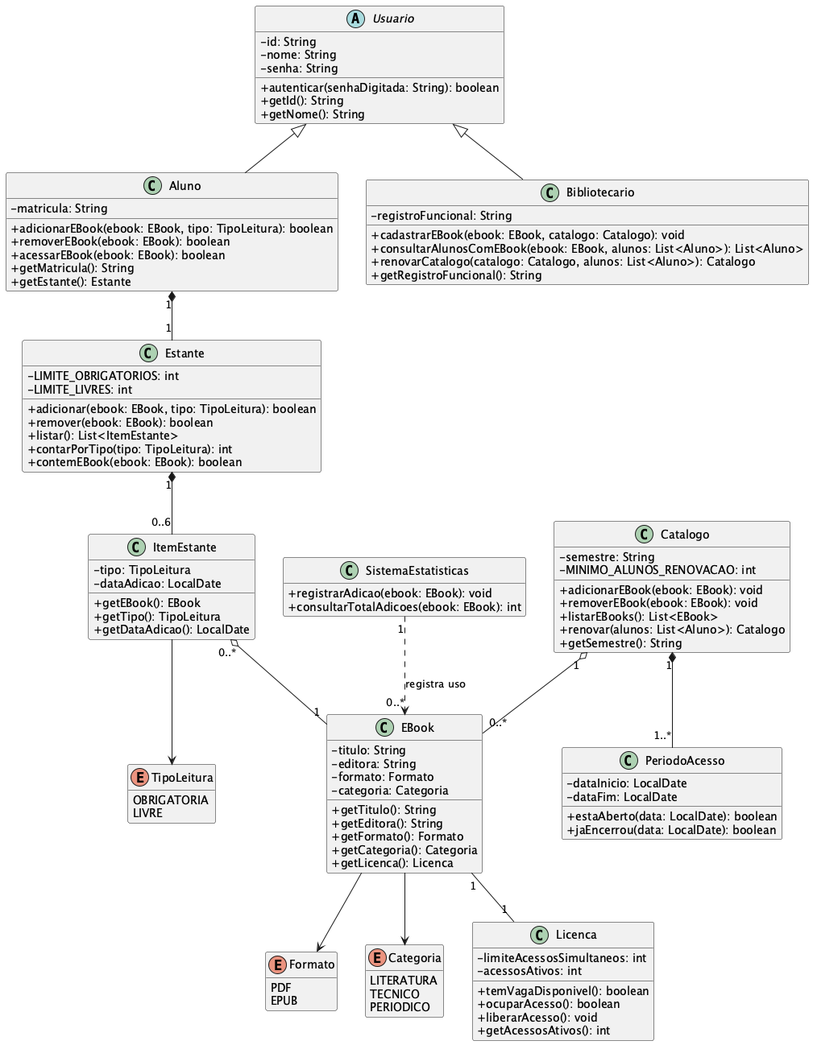
fillmello/lab01-ebooks-biblioteca keeps this PlantUML diagram as docs/diagramas/DiagramaClassesPuml.png. Above is the earlier version. Its diagram source:
```plantuml
@startuml diagrama_de_classes_ebooks
skinparam classAttributeIconSize 0
hide empty members

abstract class Usuario {
  -id: String
  -nome: String
  -senha: String
  +autenticar(senhaDigitada: String): boolean
  +getId(): String
  +getNome(): String
}

class Aluno {
  -matricula: String
  +adicionarEBook(ebook: EBook, tipo: TipoLeitura): boolean
  +removerEBook(ebook: EBook): boolean
  +acessarEBook(ebook: EBook): boolean
  +getMatricula(): String
  +getEstante(): Estante
}

class Bibliotecario {
  -registroFuncional: String
  +cadastrarEBook(ebook: EBook, catalogo: Catalogo): void
  +consultarAlunosComEBook(ebook: EBook, alunos: List<Aluno>): List<Aluno>
  +renovarCatalogo(catalogo: Catalogo, alunos: List<Aluno>): Catalogo
  +getRegistroFuncional(): String
}

class Estante {
  -LIMITE_OBRIGATORIOS: int
  -LIMITE_LIVRES: int
  +adicionar(ebook: EBook, tipo: TipoLeitura): boolean
  +remover(ebook: EBook): boolean
  +listar(): List<ItemEstante>
  +contarPorTipo(tipo: TipoLeitura): int
  +contemEBook(ebook: EBook): boolean
}

class ItemEstante {
  -tipo: TipoLeitura
  -dataAdicao: LocalDate
  +getEBook(): EBook
  +getTipo(): TipoLeitura
  +getDataAdicao(): LocalDate
}

enum TipoLeitura {
  OBRIGATORIA
  LIVRE
}

class EBook {
  -titulo: String
  -editora: String
  -formato: Formato
  -categoria: Categoria
  +getTitulo(): String
  +getEditora(): String
  +getFormato(): Formato
  +getCategoria(): Categoria
  +getLicenca(): Licenca
}

enum Formato {
  PDF
  EPUB
}

enum Categoria {
  LITERATURA
  TECNICO
  PERIODICO
}

class Licenca {
  -limiteAcessosSimultaneos: int
  -acessosAtivos: int
  +temVagaDisponivel(): boolean
  +ocuparAcesso(): boolean
  +liberarAcesso(): void
  +getAcessosAtivos(): int
}

class Catalogo {
  -semestre: String
  -MINIMO_ALUNOS_RENOVACAO: int
  +adicionarEBook(ebook: EBook): void
  +removerEBook(ebook: EBook): void
  +listarEBooks(): List<EBook>
  +renovar(alunos: List<Aluno>): Catalogo
  +getSemestre(): String
}

class PeriodoAcesso {
  -dataInicio: LocalDate
  -dataFim: LocalDate
  +estaAberto(data: LocalDate): boolean
  +jaEncerrou(data: LocalDate): boolean
}

class SistemaEstatisticas {
  +registrarAdicao(ebook: EBook): void
  +consultarTotalAdicoes(ebook: EBook): int
}

Usuario <|-- Aluno
Usuario <|-- Bibliotecario

Aluno "1" *-- "1" Estante
Estante "1" *-- "0..6" ItemEstante
ItemEstante "0..*" o-- "1" EBook
ItemEstante --> TipoLeitura

EBook "1" -- "1" Licenca
EBook --> Formato
EBook --> Categoria

Catalogo "1" o-- "0..*" EBook
Catalogo "1" *-- "1..*" PeriodoAcesso

SistemaEstatisticas "1" ..> "0..*" EBook : registra uso

@enduml
```
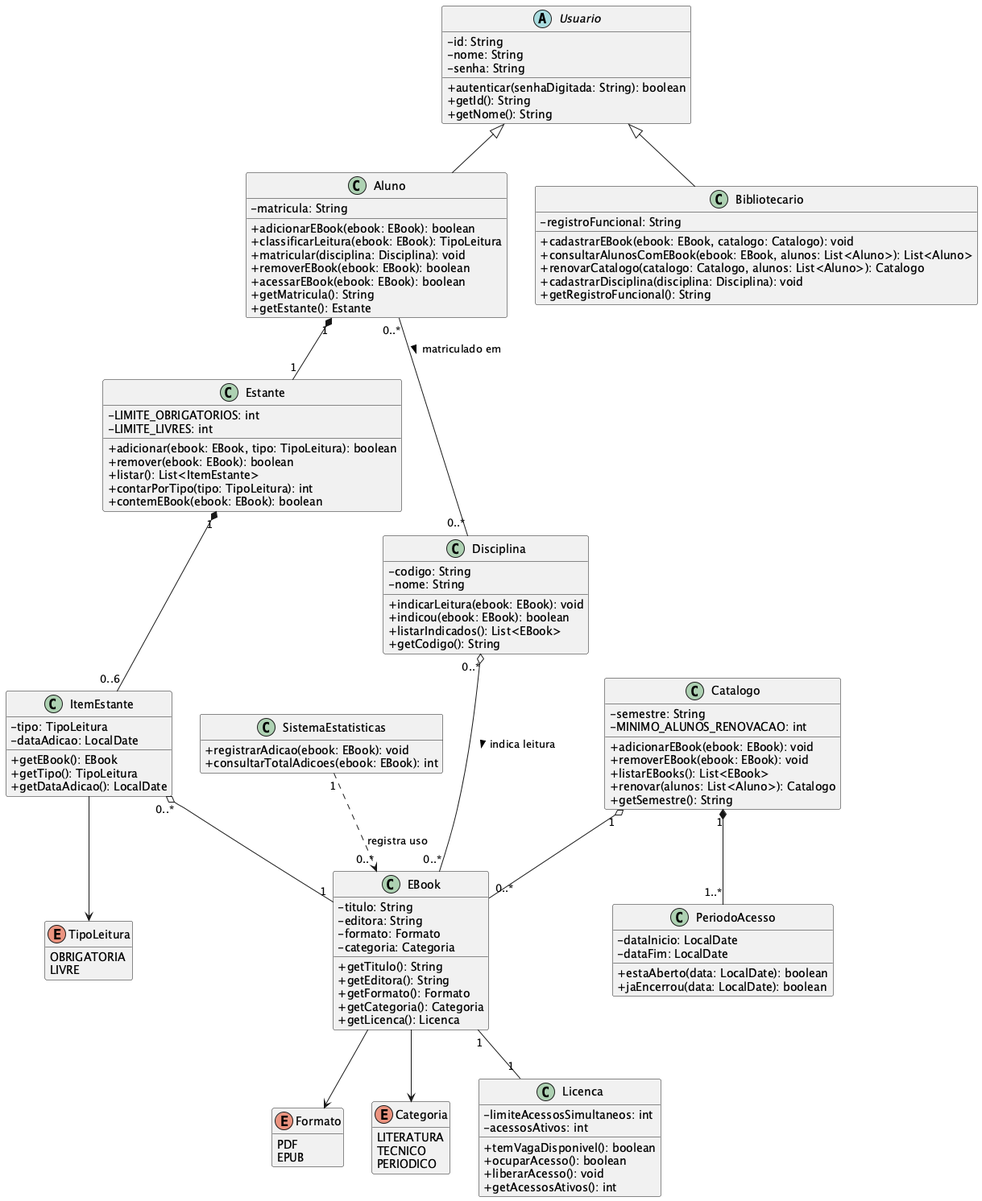
Above is the later version.

Commit message:
feat: deriva tipo de leitura da disciplina em vez de aceitar declaracao do aluno

Diff of the diagram source:
```diff
@@ -13,7 +13,9 @@
 
 class Aluno {
   -matricula: String
-  +adicionarEBook(ebook: EBook, tipo: TipoLeitura): boolean
+  +adicionarEBook(ebook: EBook): boolean
+  +classificarLeitura(ebook: EBook): TipoLeitura
+  +matricular(disciplina: Disciplina): void
   +removerEBook(ebook: EBook): boolean
   +acessarEBook(ebook: EBook): boolean
   +getMatricula(): String
@@ -25,6 +27,7 @@
   +cadastrarEBook(ebook: EBook, catalogo: Catalogo): void
   +consultarAlunosComEBook(ebook: EBook, alunos: List<Aluno>): List<Aluno>
   +renovarCatalogo(catalogo: Catalogo, alunos: List<Aluno>): Catalogo
+  +cadastrarDisciplina(disciplina: Disciplina): void
   +getRegistroFuncional(): String
 }
 
@@ -49,6 +52,15 @@
 enum TipoLeitura {
   OBRIGATORIA
   LIVRE
+}
+
+class Disciplina {
+  -codigo: String
+  -nome: String
+  +indicarLeitura(ebook: EBook): void
+  +indicou(ebook: EBook): boolean
+  +listarIndicados(): List<EBook>
+  +getCodigo(): String
 }
 
 class EBook {
@@ -109,6 +121,8 @@
 Usuario <|-- Bibliotecario
 
 Aluno "1" *-- "1" Estante
+Aluno "0..*" -- "0..*" Disciplina : matriculado em >
+Disciplina "0..*" o-- "0..*" EBook : indica leitura >
 Estante "1" *-- "0..6" ItemEstante
 ItemEstante "0..*" o-- "1" EBook
 ItemEstante --> TipoLeitura
```
